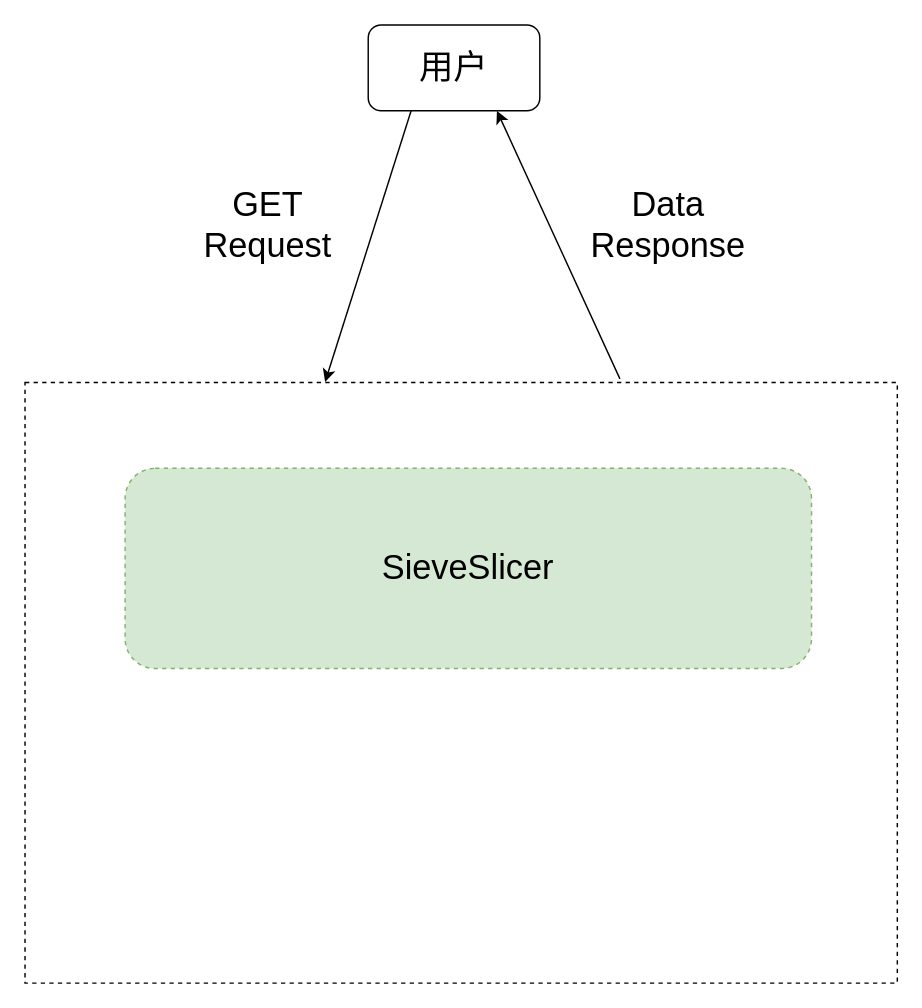
Above: 未命名绘图.drawio in SevDaisy/draw-io-lib (draw.io), before the change. Source tidied: cells renumbered, new cells numbered last; positions are measured from the earlier drawing's top-left corner, leaving out a move shared by most shapes. Both pictures are drawn from the tidied source at 143%, with x=0, y=0 at pixel (24, 24).
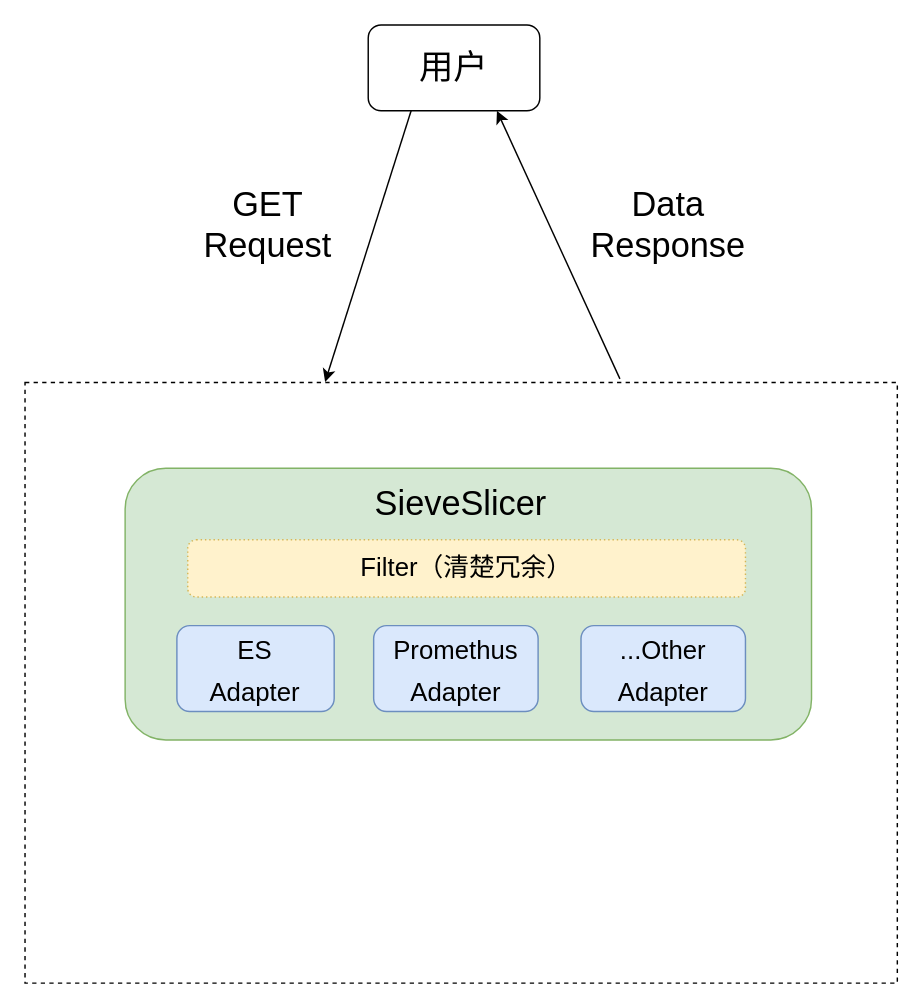
The same diagram, later.

Commit message:
更新未命名绘图.drawio

The edit, as a diff of the source:
```diff
@@
 <mxGraphModel>
   <root>
     <mxCell id="0" />
     <mxCell id="1" parent="0" />
     <mxCell id="2" value="用户" style="rounded=1;whiteSpace=wrap;html=1;fontSize=24;" parent="1" vertex="1">
       <mxGeometry x="240" width="120" height="60" as="geometry" />
     </mxCell>
     <mxCell id="3" style="rounded=0;whiteSpace=wrap;html=1;fontSize=24;dashed=1;" parent="1" vertex="1">
       <mxGeometry y="250" width="610" height="420" as="geometry" />
     </mxCell>
     <mxCell id="4" style="endArrow=classic;html=1;rounded=0;fontSize=24;exitX=0.25;exitY=1;exitDx=0;exitDy=0;entryX=0.344;entryY=-0.001;entryDx=0;entryDy=0;entryPerimeter=0;" parent="1" edge="1" source="2" target="3">
       <mxGeometry relative="1" as="geometry" />
     </mxCell>
     <mxCell id="5" value="GET Request" style="text;html=1;strokeColor=none;fillColor=none;align=center;verticalAlign=middle;whiteSpace=wrap;rounded=0;dashed=1;fontSize=24;" parent="1" vertex="1">
       <mxGeometry x="110" y="120" width="120" height="40" as="geometry" />
     </mxCell>
     <mxCell id="6" style="endArrow=classic;html=1;rounded=0;fontSize=24;exitX=0.682;exitY=-0.006;exitDx=0;exitDy=0;exitPerimeter=0;entryX=0.75;entryY=1;entryDx=0;entryDy=0;" parent="1" edge="1" source="3" target="2">
       <mxGeometry relative="1" as="geometry" />
     </mxCell>
     <mxCell id="7" value="Data Response" style="text;html=1;strokeColor=none;fillColor=none;align=center;verticalAlign=middle;whiteSpace=wrap;rounded=0;dashed=1;fontSize=24;" parent="1" vertex="1">
       <mxGeometry x="380" y="110" width="140" height="60" as="geometry" />
     </mxCell>
-    <mxCell id="8" value="SieveSlicer" style="rounded=1;whiteSpace=wrap;html=1;dashed=1;fontSize=24;fillColor=#d5e8d4;strokeColor=#82b366;" parent="1" vertex="1">
-      <mxGeometry x="70" y="310" width="480" height="140" as="geometry" />
+    <mxCell id="8" style="rounded=1;whiteSpace=wrap;html=1;fontSize=24;fillColor=#d5e8d4;strokeColor=#82b366;" parent="1" vertex="1">
+      <mxGeometry x="70" y="310" width="480" height="190" as="geometry" />
     </mxCell>
+    <mxCell id="9" value="SieveSlicer" style="text;html=1;strokeColor=none;fillColor=none;align=center;verticalAlign=middle;whiteSpace=wrap;rounded=0;dashed=1;fontSize=24;" parent="1" vertex="1">
+      <mxGeometry x="235" y="320" width="140" height="30" as="geometry" />
+    </mxCell>
+    <mxCell id="10" value="&lt;font style=&quot;font-size: 18px;&quot;&gt;ES &lt;br&gt;Adapter&lt;/font&gt;" style="rounded=1;whiteSpace=wrap;html=1;fontSize=24;fillColor=#dae8fc;strokeColor=#6c8ebf;" parent="1" vertex="1">
+      <mxGeometry x="106.2" y="420" width="110" height="60" as="geometry" />
+    </mxCell>
+    <mxCell id="11" value="&lt;font style=&quot;font-size: 18px;&quot;&gt;Promethus&lt;br&gt;Adapter&lt;br&gt;&lt;/font&gt;" style="rounded=1;whiteSpace=wrap;html=1;fontSize=24;fillColor=#dae8fc;strokeColor=#6c8ebf;" parent="1" vertex="1">
+      <mxGeometry x="243.8" y="420" width="115" height="60" as="geometry" />
+    </mxCell>
+    <mxCell id="12" value="&lt;font style=&quot;font-size: 18px;&quot;&gt;...Other&lt;br&gt;Adapter&lt;br&gt;&lt;/font&gt;" style="rounded=1;whiteSpace=wrap;html=1;fontSize=24;fillColor=#dae8fc;strokeColor=#6c8ebf;" parent="1" vertex="1">
+      <mxGeometry x="388.8" y="420" width="115" height="60" as="geometry" />
+    </mxCell>
+    <mxCell id="13" value="Filter（清楚冗余）" style="rounded=1;whiteSpace=wrap;html=1;fontSize=18;fillColor=#fff2cc;strokeColor=#d6b656;dashed=1;dashPattern=1 2;" parent="1" vertex="1">
+      <mxGeometry x="113.8" y="360" width="390" height="40" as="geometry" />
+    </mxCell>
   </root>
 </mxGraphModel>
```
